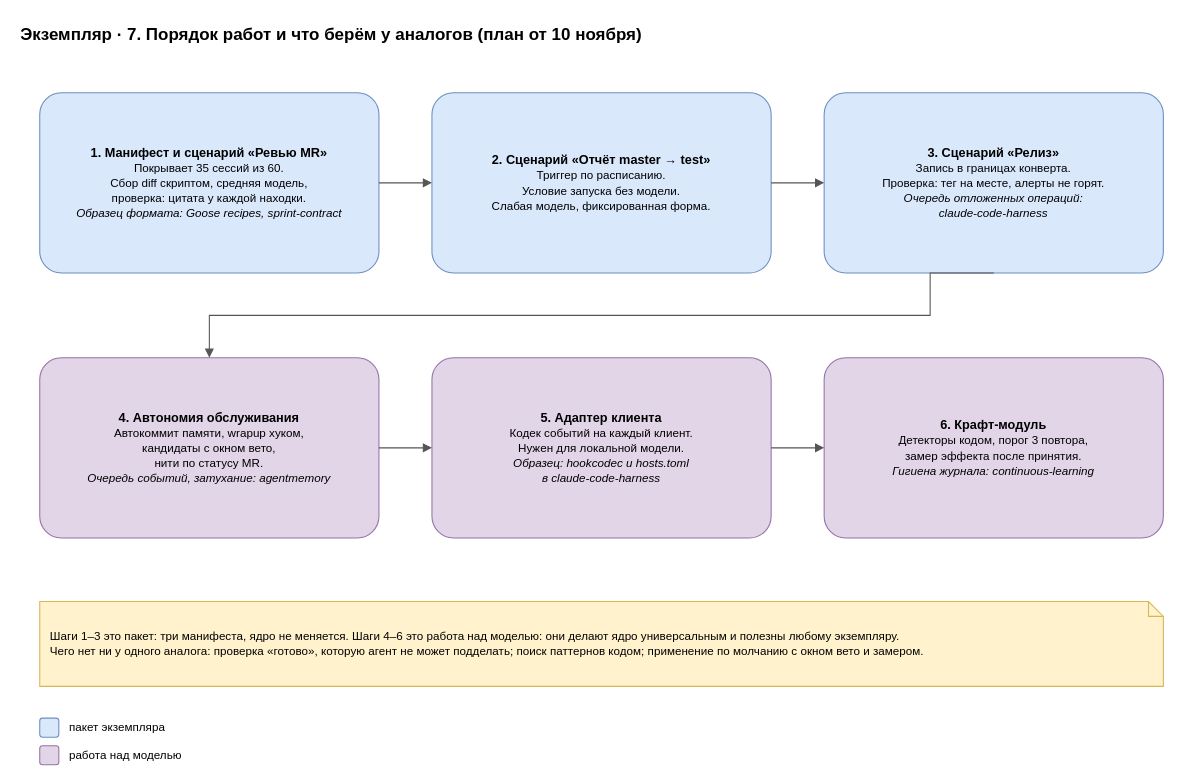
The draw.io diagram page "7. Порядок работ" (7 of 7) of docs/spec/harness-instance-capital-operator.drawio in roygkov/reins, before the edit. Source tidied: cells renumbered, new cells numbered last; positions are measured from the earlier drawing's top-left corner, leaving out a move shared by most shapes. Both pictures are drawn from the tidied source at 106%, with x=0, y=0 at pixel (18, 18).
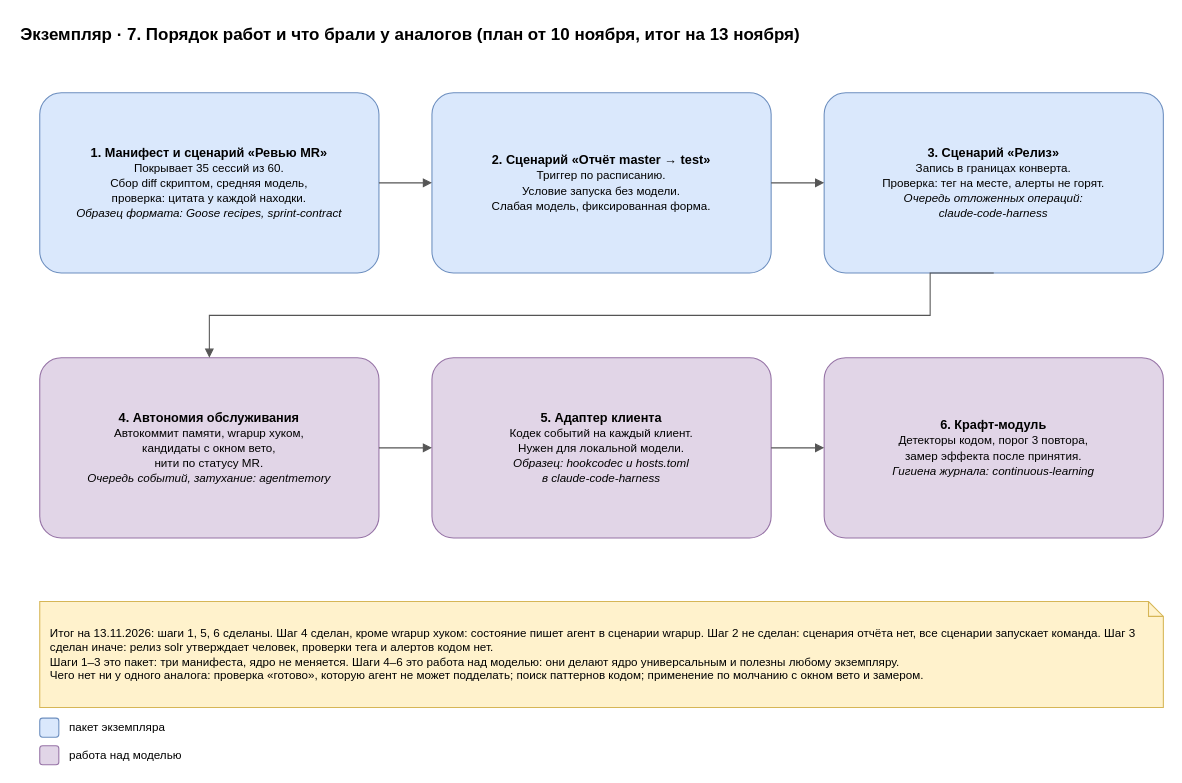
The same page after the edit.

What changed in the source:
```diff
@@
-    <mxCell id="2" value="Экземпляр · 7. Порядок работ и что берём у аналогов (план от 10 ноября)" style="text;html=1;align=left;verticalAlign=middle;whiteSpace=wrap;fontSize=16;strokeColor=none;fillColor=none;fontStyle=1;" parent="1" vertex="1">
+    <mxCell id="2" value="Экземпляр · 7. Порядок работ и что брали у аналогов (план от 10 ноября, итог на 13 ноября)" style="text;html=1;align=left;verticalAlign=middle;whiteSpace=wrap;fontSize=16;strokeColor=none;fillColor=none;fontStyle=1;" parent="1" vertex="1">
       <mxGeometry width="900" height="30" as="geometry" />
     </mxCell>
@@
-    <mxCell id="14" value="Шаги 1–3 это пакет: три манифеста, ядро не меняется. Шаги 4–6 это работа над моделью: они делают ядро универсальным и полезны любому экземпляру.&lt;br&gt;Чего нет ни у одного аналога: проверка «готово», которую агент не может подделать; поиск паттернов кодом; применение по молчанию с окном вето и замером." style="shape=note;whiteSpace=wrap;html=1;backgroundOutline=1;size=14;fillColor=#fff2cc;strokeColor=#d6b656;align=left;spacingLeft=8;spacingRight=8;fontSize=11;" parent="1" vertex="1">
-      <mxGeometry x="20" y="550" width="1060" height="80" as="geometry" />
+    <mxCell id="14" value="Итог на 13.11.2026: шаги 1, 5, 6 сделаны. Шаг 4 сделан, кроме wrapup хуком: состояние пишет агент в сценарии wrapup. Шаг 2 не сделан: сценария отчёта нет, все сценарии запускает команда. Шаг 3 сделан иначе: релиз solr утверждает человек, проверки тега и алертов кодом нет.&lt;br&gt;Шаги 1–3 это пакет: три манифеста, ядро не меняется. Шаги 4–6 это работа над моделью: они делают ядро универсальным и полезны любому экземпляру.&lt;br&gt;Чего нет ни у одного аналога: проверка «готово», которую агент не может подделать; поиск паттернов кодом; применение по молчанию с окном вето и замером." style="shape=note;whiteSpace=wrap;html=1;backgroundOutline=1;size=14;fillColor=#fff2cc;strokeColor=#d6b656;align=left;spacingLeft=8;spacingRight=8;fontSize=11;" parent="1" vertex="1">
+      <mxGeometry x="20" y="550" width="1060" height="100" as="geometry" />
     </mxCell>
```
